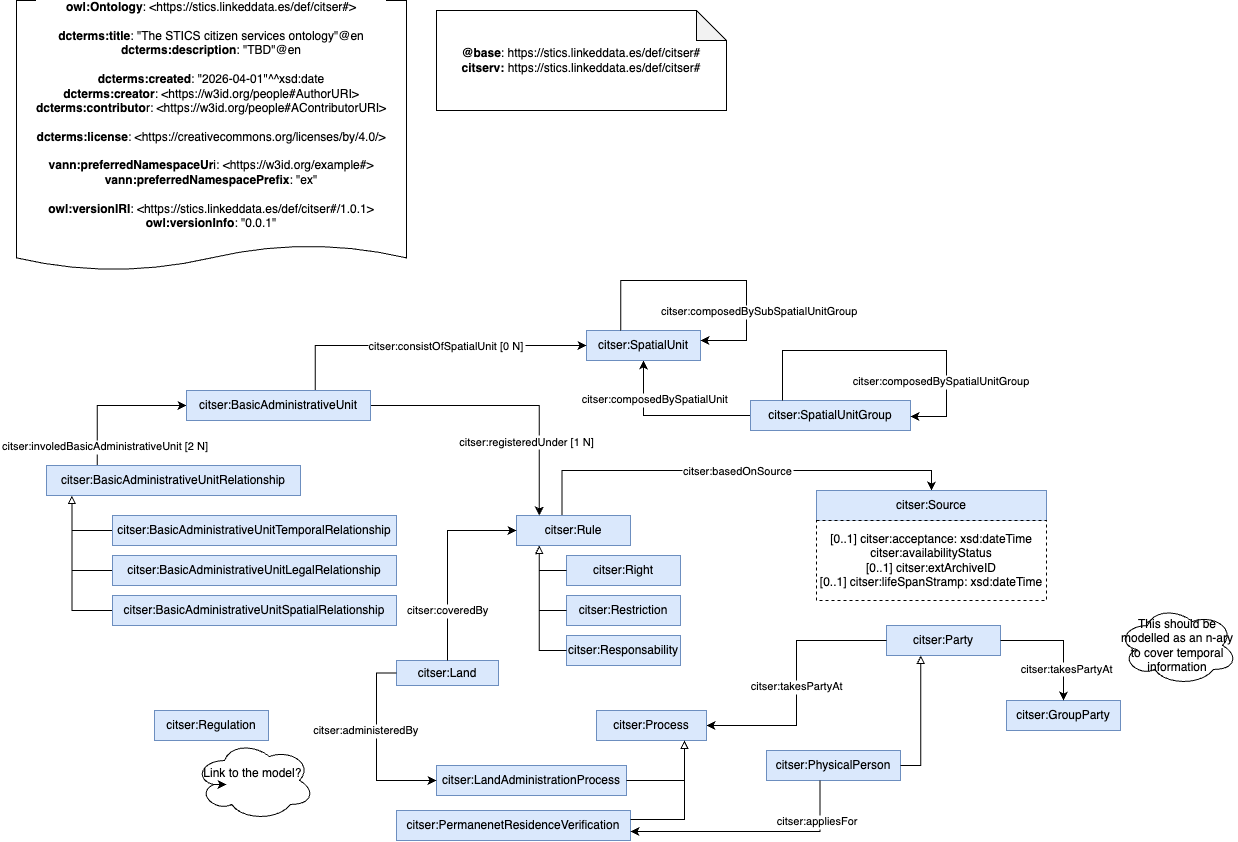
STICS-UPM/Ontology-Citizens-Services keeps this draw.io diagram as diagrams/diagram.png. Above is the earlier version. Source tidied: cells renumbered, new cells last; positions are measured from the earlier drawing's top-left corner, leaving out a move shared by most shapes.
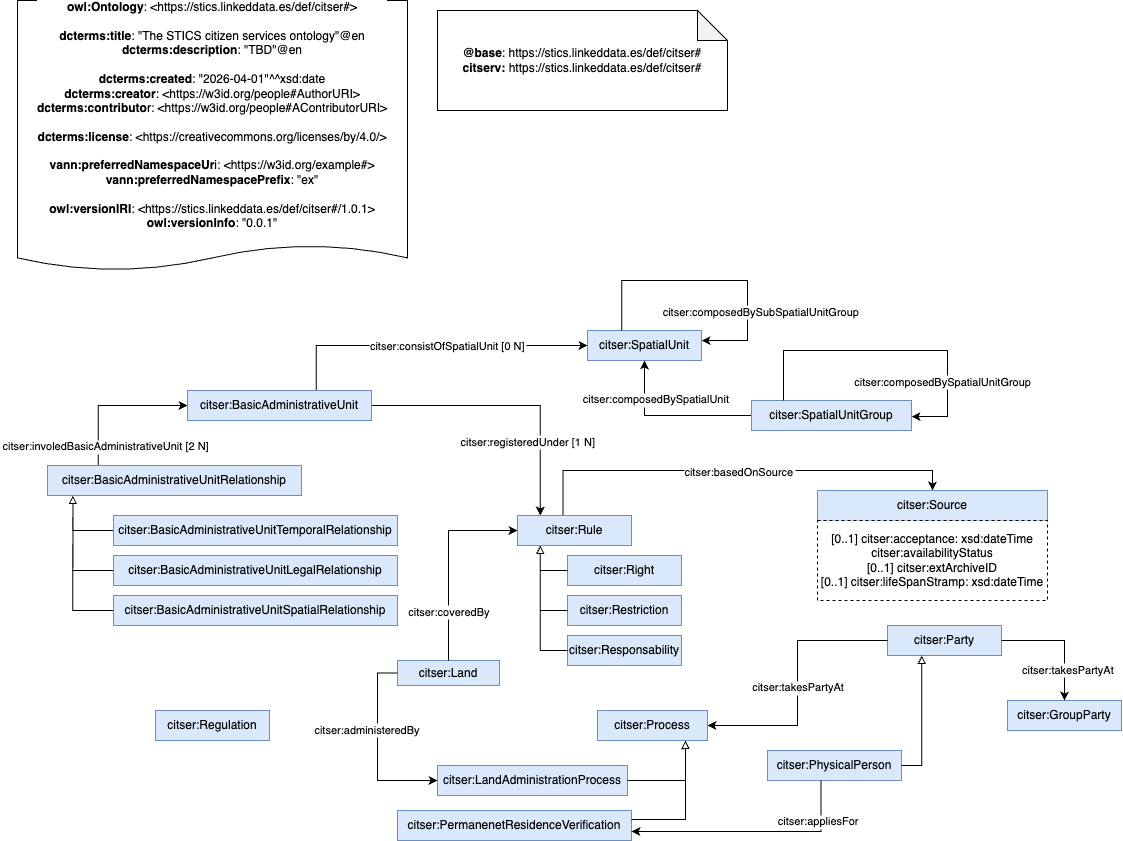
Above is the later version.

Change to the diagram source:
```diff
@@ -159,22 +159,19 @@
     <mxCell id="44" style="edgeStyle=orthogonalEdgeStyle;rounded=0;jettySize=auto;html=1;endArrow=classic;endFill=1;exitX=0;exitY=0.5;exitDx=0;exitDy=0;entryX=1;entryY=0.5;entryDx=0;entryDy=0;" parent="1" edge="1" source="21" target="54">
       <mxGeometry relative="1" as="geometry" />
     </mxCell>
-    <mxCell id="45" value="citser:takesPartyAt" style="edgeLabel;align=center;verticalAlign=middle;" parent="44" vertex="1">
-      <mxGeometry x="0.23" y="1" relative="1" as="geometry">
-        <mxPoint x="-1" y="-28" as="offset" />
-      </mxGeometry>
-    </mxCell>
+    <mxCell id="61" value="citser:takesPartyAt" style="edgeLabel;align=center;verticalAlign=middle;" parent="44" vertex="1">
+      <mxGeometry x="0.23" y="1" relative="1" as="geometry">
+        <mxPoint x="-1" y="-28" as="offset" />
+      </mxGeometry>
+    </mxCell>
     <mxCell id="46" style="edgeStyle=orthogonalEdgeStyle;rounded=0;jettySize=auto;html=1;endArrow=classic;endFill=1;exitX=1;exitY=0.5;exitDx=0;exitDy=0;entryX=0.5;entryY=0;entryDx=0;entryDy=0;" parent="1" edge="1" source="21" target="20">
       <mxGeometry relative="1" as="geometry" />
     </mxCell>
-    <mxCell id="47" value="citser:takesPartyAt" style="edgeLabel;align=center;verticalAlign=middle;" parent="46" vertex="1">
-      <mxGeometry x="0.23" y="1" relative="1" as="geometry">
-        <mxPoint x="2" y="15" as="offset" />
-      </mxGeometry>
-    </mxCell>
-    <mxCell id="48" value="This should be modelled as an n-ary to cover temporal information" style="ellipse;shape=cloud;whiteSpace=wrap;html=1;" parent="1" vertex="1">
-      <mxGeometry x="1101" y="605" width="120" height="80" as="geometry" />
-    </mxCell>
+    <mxCell id="62" value="citser:takesPartyAt" style="edgeLabel;align=center;verticalAlign=middle;" parent="46" vertex="1">
+      <mxGeometry x="0.23" y="1" relative="1" as="geometry">
+        <mxPoint x="2" y="15" as="offset" />
+      </mxGeometry>
+    </mxCell>
     <mxCell id="49" style="edgeStyle=orthogonalEdgeStyle;rounded=0;jettySize=auto;html=1;entryX=0;entryY=0.5;entryDx=0;entryDy=0;endArrow=classic;endFill=1;exitX=0;exitY=0.5;exitDx=0;exitDy=0;" parent="1" edge="1" source="13" target="22">
       <mxGeometry relative="1" as="geometry" />
     </mxCell>
@@ -183,9 +180,6 @@
         <mxPoint x="-12" y="-39" as="offset" />
       </mxGeometry>
     </mxCell>
-    <mxCell id="51" value="Link to the model?&amp;nbsp;&lt;div&gt;&lt;br&gt;&lt;/div&gt;" style="ellipse;shape=cloud;whiteSpace=wrap;html=1;" parent="1" vertex="1">
-      <mxGeometry x="178" y="740" width="120" height="80" as="geometry" />
-    </mxCell>
     <mxCell id="52" value="citser:PhysicalPerson" style="rounded=0;whiteSpace=wrap;html=1;snapToPoint=1;points=[[0.1,0],[0.2,0],[0.3,0],[0.4,0],[0.5,0],[0.6,0],[0.7,0],[0.8,0],[0.9,0],[0,0.1],[0,0.3],[0,0.5],[0,0.7],[0,0.9],[0.1,1],[0.2,1],[0.3,1],[0.4,1],[0.5,1],[0.6,1],[0.7,1],[0.8,1],[0.9,1],[1,0.1],[1,0.3],[1,0.5],[1,0.7],[1,0.9]];fillColor=#dae8fc;strokeColor=#6c8ebf;" parent="1" vertex="1">
       <mxGeometry x="750" y="750" width="134" height="30" as="geometry" />
     </mxCell>
@@ -212,8 +206,5 @@
         <mxPoint x="93" y="-12" as="offset" />
       </mxGeometry>
     </mxCell>
-    <mxCell id="60" style="edgeStyle=orthogonalEdgeStyle;rounded=0;orthogonalLoop=1;jettySize=auto;html=1;exitX=0.16;exitY=0.55;exitDx=0;exitDy=0;exitPerimeter=0;entryX=0.267;entryY=0.555;entryDx=0;entryDy=0;entryPerimeter=0;" parent="1" edge="1" source="51" target="51">
-      <mxGeometry relative="1" as="geometry" />
-    </mxCell>
   </root>
 </mxGraphModel>
```
